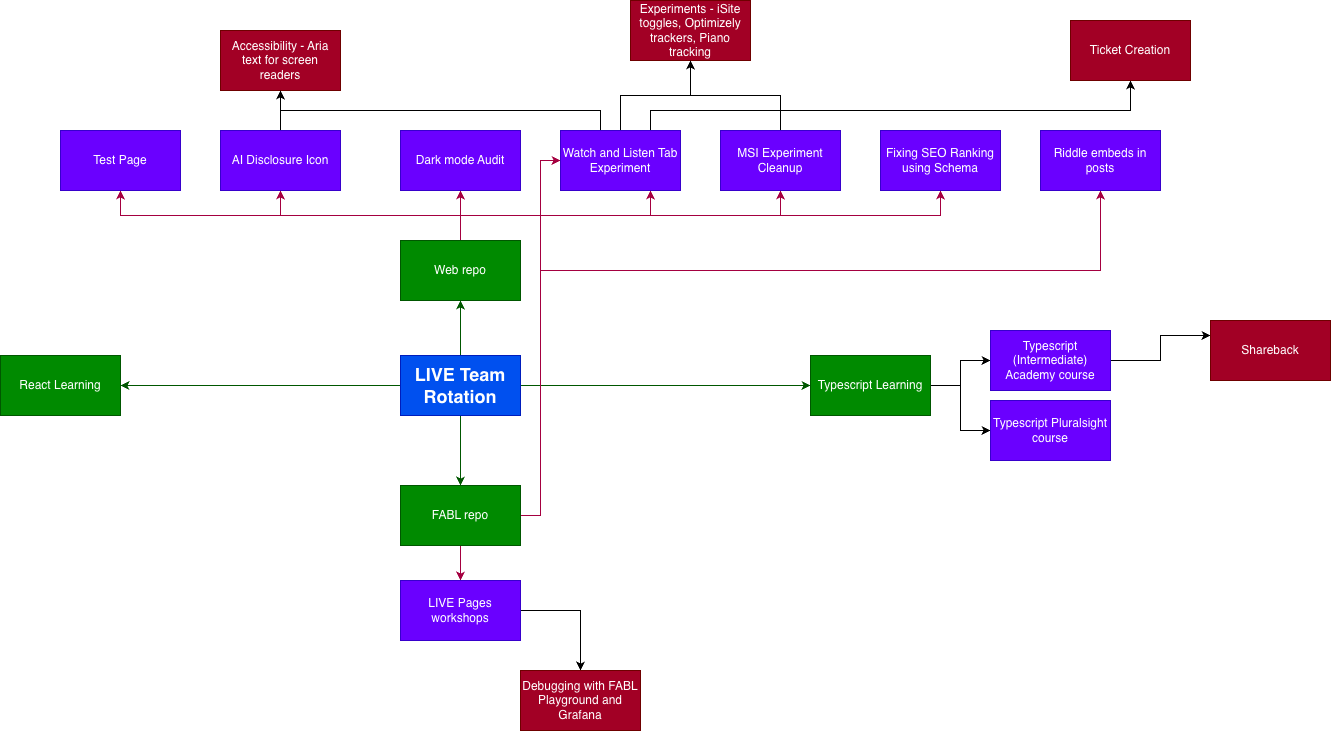
Above: LIVE Mindmap.drawio.png in HalimahH-BBC/Mindmap (draw.io), before the change. Source tidied: cells renumbered, new cells last; positions are measured from the earlier drawing's top-left corner, leaving out a move shared by most shapes.
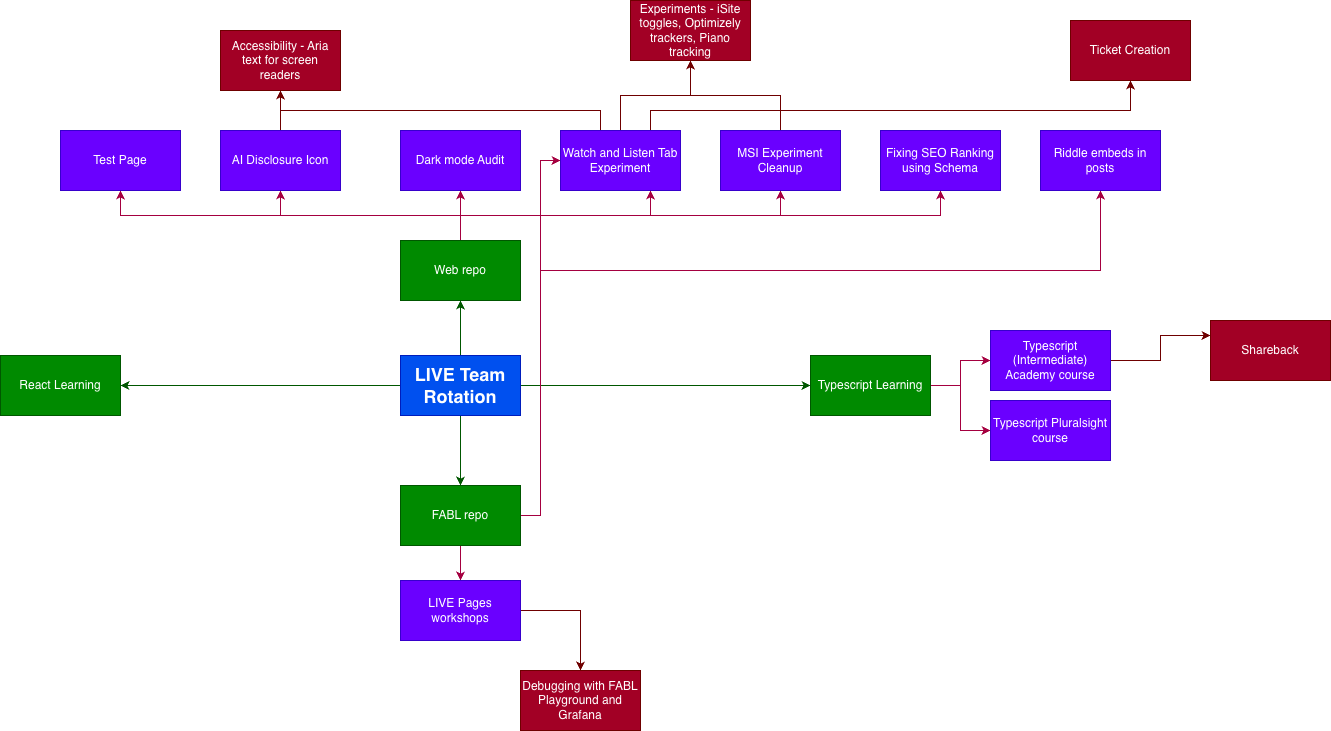
Later version of the same file.

Diff of the diagram source:
```diff
@@ -60,17 +60,22 @@
     <mxCell id="18" value="Test Page" style="rounded=0;whiteSpace=wrap;html=1;fillColor=#6a00ff;strokeColor=#3700CC;fontColor=#ffffff;" parent="1" vertex="1">
       <mxGeometry x="60" y="130" width="120" height="60" as="geometry" />
     </mxCell>
-    <mxCell id="19" style="edgeStyle=orthogonalEdgeStyle;rounded=0;jettySize=auto;html=1;exitX=0.5;exitY=0;exitDx=0;exitDy=0;entryX=0.5;entryY=1;entryDx=0;entryDy=0;" parent="1" edge="1" source="20" target="25">
+    <mxCell id="19" style="edgeStyle=orthogonalEdgeStyle;rounded=0;jettySize=auto;html=1;exitX=0.5;exitY=0;exitDx=0;exitDy=0;entryX=0.5;entryY=1;entryDx=0;entryDy=0;fillColor=#a20025;strokeColor=#6F0000;" parent="1" edge="1" source="20" target="25">
       <mxGeometry relative="1" as="geometry" />
     </mxCell>
     <mxCell id="20" value="AI Disclosure Icon" style="rounded=0;whiteSpace=wrap;html=1;fillColor=#6a00ff;strokeColor=#3700CC;fontColor=#ffffff;" parent="1" vertex="1">
       <mxGeometry x="220" y="130" width="120" height="60" as="geometry" />
     </mxCell>
-    <mxCell id="21" style="edgeStyle=orthogonalEdgeStyle;rounded=0;jettySize=auto;html=1;exitX=1;exitY=0.5;exitDx=0;exitDy=0;" parent="1" edge="1" source="23" target="38">
+    <mxCell id="21" style="edgeStyle=orthogonalEdgeStyle;rounded=0;jettySize=auto;html=1;exitX=1;exitY=0.5;exitDx=0;exitDy=0;fillColor=#d80073;strokeColor=#A50040;" parent="1" edge="1" source="23" target="38">
       <mxGeometry relative="1" as="geometry" />
     </mxCell>
-    <mxCell id="22" style="edgeStyle=orthogonalEdgeStyle;rounded=0;jettySize=auto;html=1;exitX=1;exitY=0.5;exitDx=0;exitDy=0;" parent="1" edge="1" source="23" target="42">
-      <mxGeometry relative="1" as="geometry" />
+    <mxCell id="22" style="edgeStyle=orthogonalEdgeStyle;rounded=0;jettySize=auto;html=1;exitX=1;exitY=0.5;exitDx=0;exitDy=0;fillColor=#d80073;strokeColor=#A50040;" parent="1" edge="1" source="23" target="42">
+      <mxGeometry relative="1" as="geometry">
+        <Array as="points">
+          <mxPoint x="960" y="385" />
+          <mxPoint x="960" y="430" />
+        </Array>
+      </mxGeometry>
     </mxCell>
     <mxCell id="23" value="Typescript Learning" style="rounded=0;whiteSpace=wrap;html=1;fillColor=#008a00;fontColor=#ffffff;strokeColor=#005700;" parent="1" vertex="1">
       <mxGeometry x="810" y="355" width="120" height="60" as="geometry" />
@@ -84,7 +89,7 @@
     <mxCell id="26" value="Dark mode Audit" style="rounded=0;whiteSpace=wrap;html=1;fillColor=#6a00ff;strokeColor=#3700CC;fontColor=#ffffff;" parent="1" vertex="1">
       <mxGeometry x="400" y="130" width="120" height="60" as="geometry" />
     </mxCell>
-    <mxCell id="27" style="edgeStyle=orthogonalEdgeStyle;rounded=0;jettySize=auto;html=1;exitX=0.5;exitY=0;exitDx=0;exitDy=0;entryX=0.5;entryY=1;entryDx=0;entryDy=0;" parent="1" edge="1" source="30" target="25">
+    <mxCell id="27" style="edgeStyle=orthogonalEdgeStyle;rounded=0;jettySize=auto;html=1;exitX=0.5;exitY=0;exitDx=0;exitDy=0;entryX=0.5;entryY=1;entryDx=0;entryDy=0;fillColor=#a20025;strokeColor=#6F0000;" parent="1" edge="1" source="30" target="25">
       <mxGeometry relative="1" as="geometry">
         <Array as="points">
           <mxPoint x="600" y="130" />
@@ -93,7 +98,7 @@
         </Array>
       </mxGeometry>
     </mxCell>
-    <mxCell id="28" style="edgeStyle=orthogonalEdgeStyle;rounded=0;jettySize=auto;html=1;exitX=0.75;exitY=0;exitDx=0;exitDy=0;entryX=0.5;entryY=1;entryDx=0;entryDy=0;" parent="1" edge="1" source="30" target="43">
+    <mxCell id="28" style="edgeStyle=orthogonalEdgeStyle;rounded=0;jettySize=auto;html=1;exitX=0.75;exitY=0;exitDx=0;exitDy=0;entryX=0.5;entryY=1;entryDx=0;entryDy=0;fillColor=#a20025;strokeColor=#6F0000;" parent="1" edge="1" source="30" target="43">
       <mxGeometry relative="1" as="geometry">
         <Array as="points">
           <mxPoint x="650" y="110" />
@@ -101,7 +106,7 @@
         </Array>
       </mxGeometry>
     </mxCell>
-    <mxCell id="29" style="edgeStyle=orthogonalEdgeStyle;rounded=0;jettySize=auto;html=1;exitX=0.5;exitY=0;exitDx=0;exitDy=0;entryX=0.5;entryY=1;entryDx=0;entryDy=0;" parent="1" edge="1" source="30" target="31">
+    <mxCell id="29" style="edgeStyle=orthogonalEdgeStyle;rounded=0;jettySize=auto;html=1;exitX=0.5;exitY=0;exitDx=0;exitDy=0;entryX=0.5;entryY=1;entryDx=0;entryDy=0;fillColor=#a20025;strokeColor=#6F0000;" parent="1" edge="1" source="30" target="31">
       <mxGeometry relative="1" as="geometry" />
     </mxCell>
     <mxCell id="30" value="Watch and Listen Tab Experiment" style="rounded=0;whiteSpace=wrap;html=1;fillColor=#6a00ff;strokeColor=#3700CC;fontColor=#ffffff;" parent="1" vertex="1">
@@ -110,7 +115,7 @@
     <mxCell id="31" value="Experiments - iSite toggles, Optimizely trackers, Piano tracking" style="rounded=0;whiteSpace=wrap;html=1;fillColor=#a20025;strokeColor=#6F0000;fontColor=#ffffff;" parent="1" vertex="1">
       <mxGeometry x="630" width="120" height="60" as="geometry" />
     </mxCell>
-    <mxCell id="32" style="edgeStyle=orthogonalEdgeStyle;rounded=0;jettySize=auto;html=1;exitX=1;exitY=0.5;exitDx=0;exitDy=0;entryX=0.5;entryY=0;entryDx=0;entryDy=0;" parent="1" edge="1" source="33" target="40">
+    <mxCell id="32" style="edgeStyle=orthogonalEdgeStyle;rounded=0;jettySize=auto;html=1;exitX=1;exitY=0.5;exitDx=0;exitDy=0;entryX=0.5;entryY=0;entryDx=0;entryDy=0;fillColor=#a20025;strokeColor=#6F0000;" parent="1" edge="1" source="33" target="40">
       <mxGeometry relative="1" as="geometry" />
     </mxCell>
     <mxCell id="33" value="LIVE Pages workshops" style="rounded=0;whiteSpace=wrap;html=1;fillColor=#6a00ff;strokeColor=#3700CC;fontColor=#ffffff;" parent="1" vertex="1">
@@ -119,13 +124,13 @@
     <mxCell id="34" value="Fixing SEO Ranking using Schema" style="rounded=0;whiteSpace=wrap;html=1;fillColor=#6a00ff;strokeColor=#3700CC;fontColor=#ffffff;" parent="1" vertex="1">
       <mxGeometry x="880" y="130" width="120" height="60" as="geometry" />
     </mxCell>
-    <mxCell id="35" style="edgeStyle=orthogonalEdgeStyle;rounded=0;jettySize=auto;html=1;exitX=0.5;exitY=0;exitDx=0;exitDy=0;entryX=0.5;entryY=1;entryDx=0;entryDy=0;" parent="1" edge="1" source="36" target="31">
+    <mxCell id="35" style="edgeStyle=orthogonalEdgeStyle;rounded=0;jettySize=auto;html=1;exitX=0.5;exitY=0;exitDx=0;exitDy=0;entryX=0.5;entryY=1;entryDx=0;entryDy=0;fillColor=#a20025;strokeColor=#6F0000;" parent="1" edge="1" source="36" target="31">
       <mxGeometry relative="1" as="geometry" />
     </mxCell>
     <mxCell id="36" value="MSI Experiment Cleanup" style="rounded=0;whiteSpace=wrap;html=1;fillColor=#6a00ff;strokeColor=#3700CC;fontColor=#ffffff;" parent="1" vertex="1">
       <mxGeometry x="720" y="130" width="120" height="60" as="geometry" />
     </mxCell>
-    <mxCell id="37" style="edgeStyle=orthogonalEdgeStyle;rounded=0;jettySize=auto;html=1;exitX=1;exitY=0.5;exitDx=0;exitDy=0;entryX=0;entryY=0.25;entryDx=0;entryDy=0;" parent="1" edge="1" source="38" target="39">
+    <mxCell id="37" style="edgeStyle=orthogonalEdgeStyle;rounded=0;jettySize=auto;html=1;exitX=1;exitY=0.5;exitDx=0;exitDy=0;entryX=0;entryY=0.25;entryDx=0;entryDy=0;fillColor=#a20025;strokeColor=#6F0000;" parent="1" edge="1" source="38" target="39">
       <mxGeometry relative="1" as="geometry" />
     </mxCell>
     <mxCell id="38" value="Typescript (Intermediate) Academy course" style="rounded=0;whiteSpace=wrap;html=1;fillColor=#6a00ff;strokeColor=#3700CC;fontColor=#ffffff;" parent="1" vertex="1">
```
